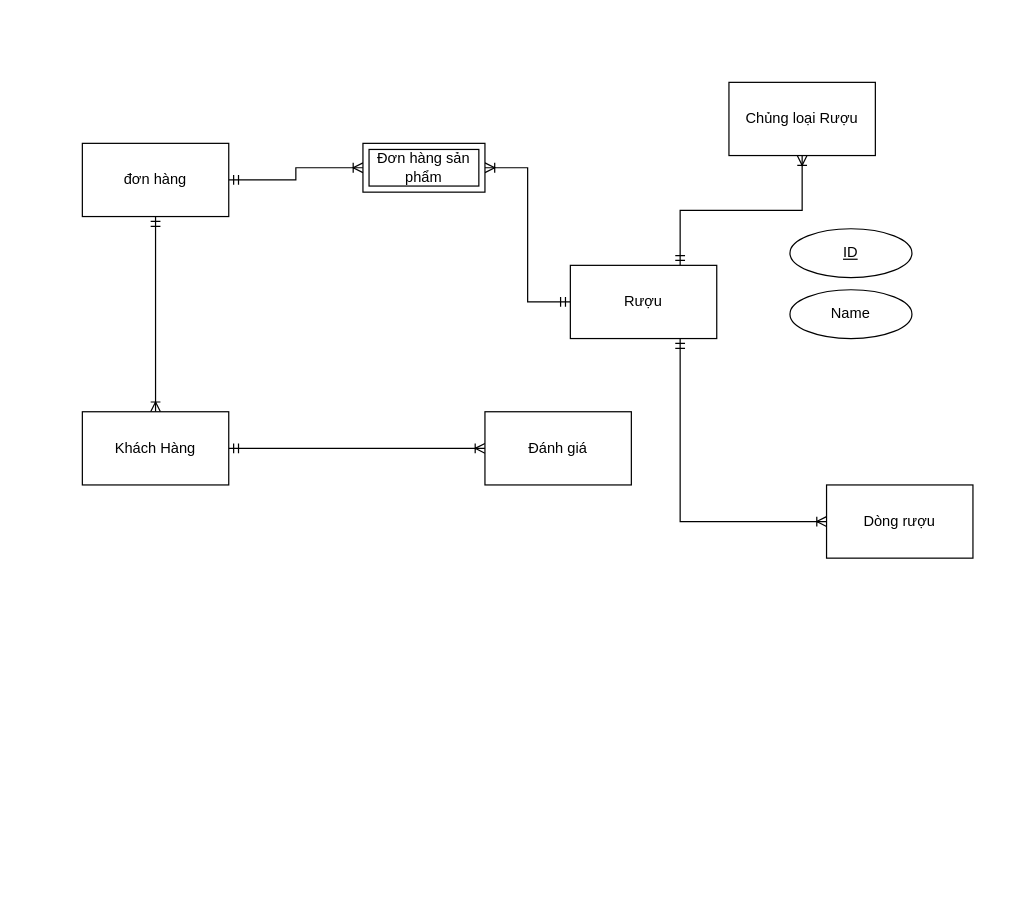
dxthanh2002/aptech_doan keeps this draw.io diagram as DiagramDraw/ERmodel.drawio. Above is the earlier version. Source tidied: cells renumbered, new cells numbered last; positions are measured from the earlier drawing's top-left corner, leaving out a move shared by most shapes. Both pictures are drawn from the tidied source at 122%, with x=0, y=0 at pixel (82, 82).
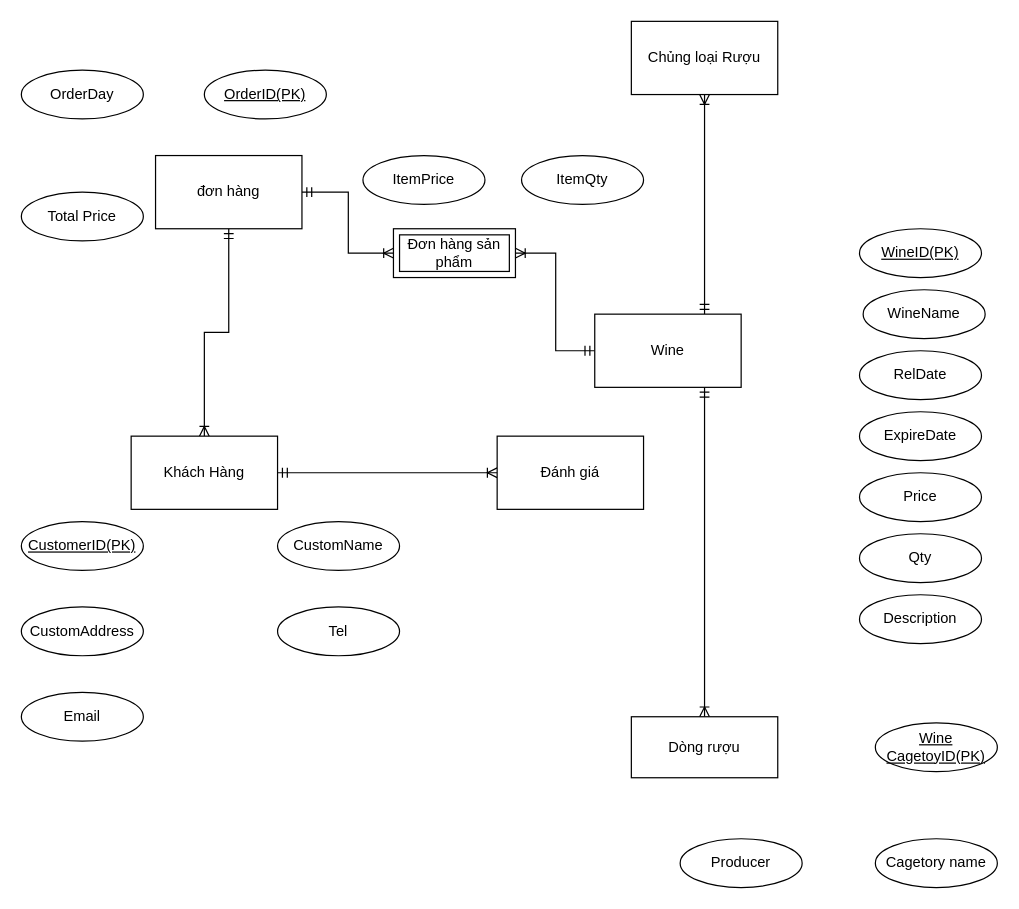
Above is the later version.

What changed in the source:
```diff
@@
-    <mxCell id="3" style="edgeStyle=orthogonalEdgeStyle;fontSize=12;html=1;endArrow=ERoneToMany;startArrow=ERmandOne;rounded=0;exitX=0.75;exitY=1;exitDx=0;exitDy=0;entryX=0;entryY=0.5;entryDx=0;entryDy=0;elbow=vertical;" parent="1" edge="1" source="12" target="10">
-      <mxGeometry relative="1" as="geometry" />
+    <mxCell id="3" style="edgeStyle=elbowEdgeStyle;fontSize=12;html=1;endArrow=ERoneToMany;startArrow=ERmandOne;rounded=0;exitX=0.75;exitY=1;exitDx=0;exitDy=0;entryX=0.5;entryY=0;entryDx=0;entryDy=0;elbow=vertical;" parent="1" edge="1" source="12" target="10">
+      <mxGeometry relative="1" as="geometry">
+        <Array as="points">
+          <mxPoint x="530" y="380" />
+          <mxPoint x="460" y="450" />
+        </Array>
+      </mxGeometry>
     </mxCell>
@@
     <mxCell id="8" value="đơn hàng" style="rounded=0;whiteSpace=wrap;html=1;" parent="1" vertex="1">
-      <mxGeometry y="50" width="120" height="60" as="geometry" />
+      <mxGeometry x="60" y="60" width="120" height="60" as="geometry" />
     </mxCell>
     <mxCell id="9" value="Khách Hàng" style="rounded=0;whiteSpace=wrap;html=1;" parent="1" vertex="1">
-      <mxGeometry y="270" width="120" height="60" as="geometry" />
+      <mxGeometry x="40" y="290" width="120" height="60" as="geometry" />
     </mxCell>
     <mxCell id="10" value="Dòng rượu" style="rounded=0;whiteSpace=wrap;html=1;" parent="1" vertex="1">
-      <mxGeometry x="610" y="330" width="120" height="60" as="geometry" />
+      <mxGeometry x="450" y="520" width="120" height="50" as="geometry" />
     </mxCell>
     <mxCell id="11" value="Chủng loại Rượu" style="rounded=0;whiteSpace=wrap;html=1;" parent="1" vertex="1">
-      <mxGeometry x="530" width="120" height="60" as="geometry" />
+      <mxGeometry x="450" y="-50" width="120" height="60" as="geometry" />
     </mxCell>
-    <mxCell id="12" value="Rượu" style="rounded=0;whiteSpace=wrap;html=1;" parent="1" vertex="1">
-      <mxGeometry x="400" y="150" width="120" height="60" as="geometry" />
+    <mxCell id="12" value="Wine" style="rounded=0;whiteSpace=wrap;html=1;" parent="1" vertex="1">
+      <mxGeometry x="420" y="190" width="120" height="60" as="geometry" />
     </mxCell>
     <mxCell id="13" value="Đánh giá" style="rounded=0;whiteSpace=wrap;html=1;" parent="1" vertex="1">
-      <mxGeometry x="330" y="270" width="120" height="60" as="geometry" />
+      <mxGeometry x="340" y="290" width="120" height="60" as="geometry" />
     </mxCell>
     <mxCell id="14" value="Đơn hàng sản phẩm" style="shape=ext;margin=3;double=1;whiteSpace=wrap;html=1;align=center;" parent="1" vertex="1">
-      <mxGeometry x="230" y="50" width="100" height="40" as="geometry" />
+      <mxGeometry x="255" y="120" width="100" height="40" as="geometry" />
     </mxCell>
-    <mxCell id="15" value="Name" style="ellipse;whiteSpace=wrap;html=1;align=center;" parent="1" vertex="1">
-      <mxGeometry x="580" y="170" width="100" height="40" as="geometry" />
+    <mxCell id="15" value="WineName" style="ellipse;whiteSpace=wrap;html=1;align=center;" parent="1" vertex="1">
+      <mxGeometry x="640" y="170" width="100" height="40" as="geometry" />
     </mxCell>
-    <mxCell id="16" value="ID" style="ellipse;whiteSpace=wrap;html=1;align=center;fontStyle=4;" parent="1" vertex="1">
-      <mxGeometry x="580" y="120" width="100" height="40" as="geometry" />
+    <mxCell id="16" value="WineID(PK)" style="ellipse;whiteSpace=wrap;html=1;align=center;fontStyle=4;" parent="1" vertex="1">
+      <mxGeometry x="637" y="120" width="100" height="40" as="geometry" />
     </mxCell>
+    <mxCell id="17" value="RelDate" style="ellipse;whiteSpace=wrap;html=1;align=center;" parent="1" vertex="1">
+      <mxGeometry x="637" y="220" width="100" height="40" as="geometry" />
+    </mxCell>
+    <mxCell id="18" value="ExpireDate" style="ellipse;whiteSpace=wrap;html=1;align=center;" parent="1" vertex="1">
+      <mxGeometry x="637" y="270" width="100" height="40" as="geometry" />
+    </mxCell>
+    <mxCell id="19" value="Price" style="ellipse;whiteSpace=wrap;html=1;align=center;" parent="1" vertex="1">
+      <mxGeometry x="637" y="320" width="100" height="40" as="geometry" />
+    </mxCell>
+    <mxCell id="20" value="Qty" style="ellipse;whiteSpace=wrap;html=1;align=center;" parent="1" vertex="1">
+      <mxGeometry x="637" y="370" width="100" height="40" as="geometry" />
+    </mxCell>
+    <mxCell id="21" value="ItemQty" style="ellipse;whiteSpace=wrap;html=1;align=center;" parent="1" vertex="1">
+      <mxGeometry x="360" y="60" width="100" height="40" as="geometry" />
+    </mxCell>
+    <mxCell id="22" value="Producer" style="ellipse;whiteSpace=wrap;html=1;align=center;" parent="1" vertex="1">
+      <mxGeometry x="490" y="620" width="100" height="40" as="geometry" />
+    </mxCell>
+    <mxCell id="23" value="ItemPrice" style="ellipse;whiteSpace=wrap;html=1;align=center;" parent="1" vertex="1">
+      <mxGeometry x="230" y="60" width="100" height="40" as="geometry" />
+    </mxCell>
+    <mxCell id="24" value="Description" style="ellipse;whiteSpace=wrap;html=1;align=center;" parent="1" vertex="1">
+      <mxGeometry x="637" y="420" width="100" height="40" as="geometry" />
+    </mxCell>
+    <mxCell id="25" value="CustomAddress" style="ellipse;whiteSpace=wrap;html=1;align=center;" parent="1" vertex="1">
+      <mxGeometry x="-50" y="430" width="100" height="40" as="geometry" />
+    </mxCell>
+    <mxCell id="26" value="Cagetory name" style="ellipse;whiteSpace=wrap;html=1;align=center;" parent="1" vertex="1">
+      <mxGeometry x="650" y="620" width="100" height="40" as="geometry" />
+    </mxCell>
+    <mxCell id="27" value="Total Price" style="ellipse;whiteSpace=wrap;html=1;align=center;" parent="1" vertex="1">
+      <mxGeometry x="-50" y="90" width="100" height="40" as="geometry" />
+    </mxCell>
+    <mxCell id="28" value="OrderDay" style="ellipse;whiteSpace=wrap;html=1;align=center;" parent="1" vertex="1">
+      <mxGeometry x="-50" y="-10" width="100" height="40" as="geometry" />
+    </mxCell>
+    <mxCell id="29" value="Wine&lt;br style=&quot;border-color: var(--border-color);&quot;&gt;CagetoyID(PK)" style="ellipse;whiteSpace=wrap;html=1;align=center;fontStyle=4;" parent="1" vertex="1">
+      <mxGeometry x="650" y="525" width="100" height="40" as="geometry" />
+    </mxCell>
+    <mxCell id="30" value="OrderID(PK)" style="ellipse;whiteSpace=wrap;html=1;align=center;fontStyle=4;" parent="1" vertex="1">
+      <mxGeometry x="100" y="-10" width="100" height="40" as="geometry" />
+    </mxCell>
+    <mxCell id="31" value="CustomName" style="ellipse;whiteSpace=wrap;html=1;align=center;" parent="1" vertex="1">
+      <mxGeometry x="160" y="360" width="100" height="40" as="geometry" />
+    </mxCell>
+    <mxCell id="32" value="Tel" style="ellipse;whiteSpace=wrap;html=1;align=center;" parent="1" vertex="1">
+      <mxGeometry x="160" y="430" width="100" height="40" as="geometry" />
+    </mxCell>
+    <mxCell id="33" value="CustomerID(PK)" style="ellipse;whiteSpace=wrap;html=1;align=center;fontStyle=4;" parent="1" vertex="1">
+      <mxGeometry x="-50" y="360" width="100" height="40" as="geometry" />
+    </mxCell>
+    <mxCell id="34" value="Email" style="ellipse;whiteSpace=wrap;html=1;align=center;" parent="1" vertex="1">
+      <mxGeometry x="-50" y="500" width="100" height="40" as="geometry" />
+    </mxCell>
```
